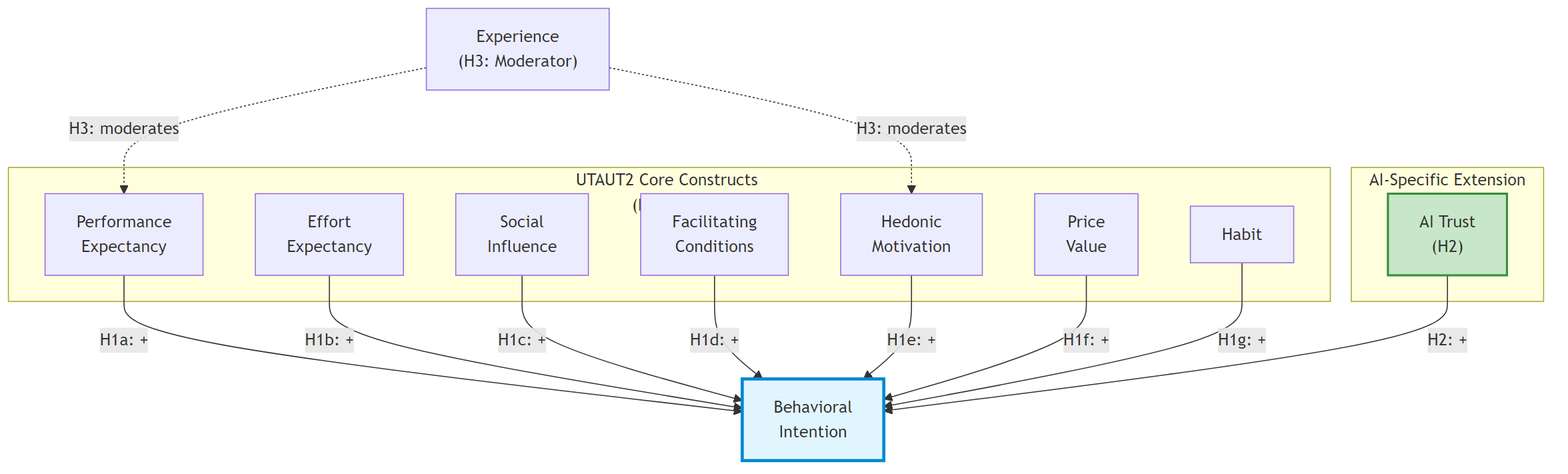
This is thesis-v2/output/mermaid/02_literature_review_diagram_1.png from fabioc-aloha/AIRS_Data_Analysis, a Mermaid export, as it was before one commit. Its source is kept beside it as thesis-v2/output/mermaid/02_literature_review_diagram_1.mmd.
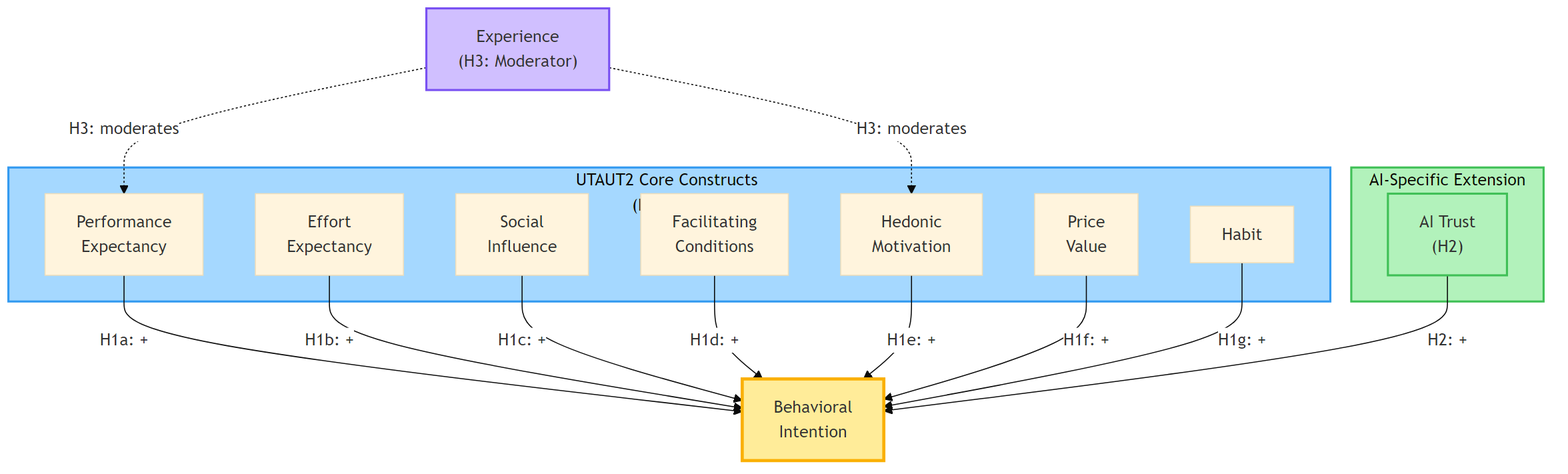
After the change.

What changed in the source:
```diff
@@ -1,3 +1,4 @@
+%%{init: {'theme': 'base', 'themeVariables': {'edgeLabelBackground': '#ffffff'}}}%%
 flowchart TB
     subgraph UTAUT2["UTAUT2 Core Constructs (H1a-H1g)"]
         PE["Performance<br/>Expectancy"]
@@ -28,5 +29,8 @@
     EXP -.->|H3: moderates| PE
     EXP -.->|H3: moderates| HM
 
-    style TR fill:#c8e6c9,stroke:#388e3c,stroke-width:2px
-    style BI fill:#e1f5fe,stroke:#0288d1,stroke-width:3px
+    style UTAUT2 fill:#a5d8ff,stroke:#339af0,stroke-width:2px
+    style AIExt fill:#b2f2bb,stroke:#40c057,stroke-width:2px
+    style TR fill:#b2f2bb,stroke:#40c057,stroke-width:2px
+    style BI fill:#ffec99,stroke:#fab005,stroke-width:3px
+    style EXP fill:#d0bfff,stroke:#7950f2,stroke-width:2px
```
